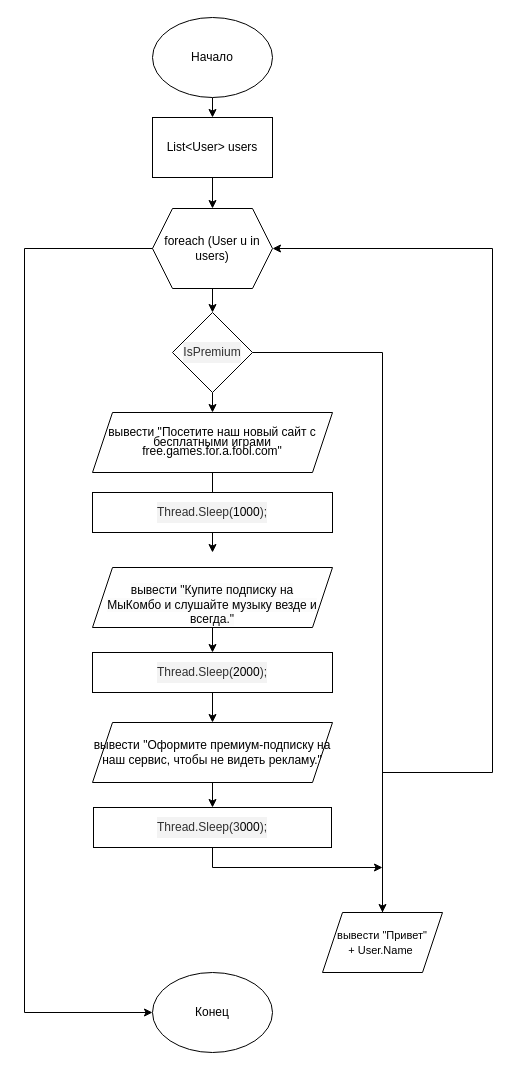
This is Задание 12.1.5.drawio from Krivinsky/skillfactoryTasks, a draw.io file, before an edit. Source tidied: cells renumbered, new cells numbered last; positions are measured from the earlier drawing's top-left corner, leaving out a move shared by most shapes. Both pictures are drawn from the tidied source at 100%, with x=0, y=0 at pixel (24, 17).
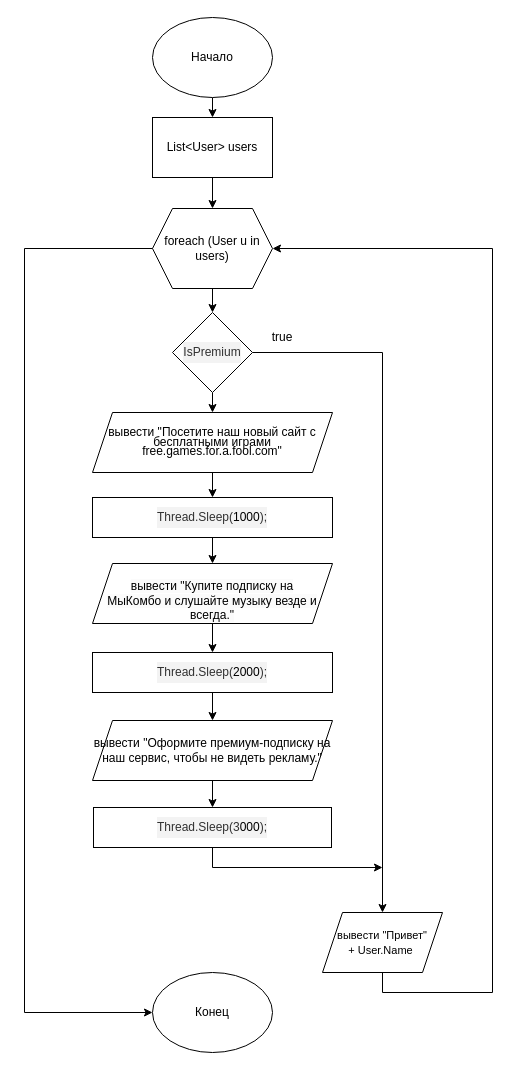
After the change.

Unchanged cells that the change refers to:
```xml
<mxCell id="10" value="&lt;p style=&quot;box-sizing: border-box; overflow-wrap: break-word; background: rgb(243, 243, 243); color: rgb(49, 49, 49); line-height: 100%; margin-top: 0px; margin-bottom: 0px; text-align: left;&quot;&gt;&lt;/p&gt;&lt;p style=&quot;line-height: 80%;&quot;&gt;вывести&amp;nbsp;&quot;Посетите наш новый сайт с бесплатными&amp;nbsp;&lt;span style=&quot;background-color: initial;&quot;&gt;играми free.games.for.a.fool.com&quot;&lt;/span&gt;&lt;/p&gt;&lt;p&gt;&lt;/p&gt;" style="shape=parallelogram;perimeter=parallelogramPerimeter;whiteSpace=wrap;html=1;fixedSize=1;" parent="1" vertex="1">
  <mxGeometry x="68" y="395" width="240" height="60" as="geometry" />
</mxCell>
<mxCell id="17" value="&lt;font style=&quot;font-size: 11px;&quot;&gt;вывести &quot;Привет&quot;&lt;br&gt;+&amp;nbsp;User.Name&amp;nbsp;&lt;/font&gt;" style="shape=parallelogram;perimeter=parallelogramPerimeter;whiteSpace=wrap;html=1;fixedSize=1;" parent="1" vertex="1">
  <mxGeometry x="298" y="895" width="120" height="60" as="geometry" />
</mxCell>
<mxCell id="20" value="foreach (User u in users)" style="shape=hexagon;perimeter=hexagonPerimeter2;whiteSpace=wrap;html=1;fixedSize=1;" parent="1" vertex="1">
  <mxGeometry x="128" y="191" width="120" height="80" as="geometry" />
</mxCell>
```

Change to the diagram source:
```diff
@@
-    <mxCell id="9" style="edgeStyle=orthogonalEdgeStyle;rounded=0;jettySize=auto;html=1;exitX=0.5;exitY=1;exitDx=0;exitDy=0;" parent="1" edge="1" source="10">
-      <mxGeometry relative="1" as="geometry">
-        <mxPoint x="188" y="535" as="targetPoint" />
-      </mxGeometry>
+    <mxCell id="9" style="edgeStyle=orthogonalEdgeStyle;rounded=0;jettySize=auto;html=1;exitX=0.5;exitY=1;exitDx=0;exitDy=0;entryX=0.5;entryY=0;entryDx=0;entryDy=0;" parent="1" edge="1" source="10" target="22">
+      <mxGeometry relative="1" as="geometry" />
     </mxCell>
@@
     <mxCell id="12" value="&lt;br&gt;&lt;span style=&quot;color: rgb(0, 0, 0); font-family: Helvetica; font-size: 12px; font-style: normal; font-variant-ligatures: normal; font-variant-caps: normal; font-weight: 400; letter-spacing: normal; orphans: 2; text-align: center; text-indent: 0px; text-transform: none; widows: 2; word-spacing: 0px; -webkit-text-stroke-width: 0px; background-color: rgb(251, 251, 251); text-decoration-thickness: initial; text-decoration-style: initial; text-decoration-color: initial; float: none; display: inline !important;&quot;&gt;вывести&amp;nbsp;&quot;Купите подписку на &lt;br&gt;МыКомбо и слушайте музыку везде и всегда.&quot;&lt;br&gt;&lt;/span&gt;" style="shape=parallelogram;perimeter=parallelogramPerimeter;whiteSpace=wrap;html=1;fixedSize=1;" parent="1" vertex="1">
-      <mxGeometry x="68" y="550" width="240" height="60" as="geometry" />
+      <mxGeometry x="68" y="546" width="240" height="60" as="geometry" />
     </mxCell>
@@
     <mxCell id="15" value="вывести&amp;nbsp;&quot;Оформите премиум-подписку на наш сервис, чтобы не видеть рекламу.&quot;" style="shape=parallelogram;perimeter=parallelogramPerimeter;whiteSpace=wrap;html=1;fixedSize=1;" parent="1" vertex="1">
-      <mxGeometry x="68" y="705" width="240" height="60" as="geometry" />
+      <mxGeometry x="68" y="703" width="240" height="60" as="geometry" />
     </mxCell>
-    <mxCell id="16" style="edgeStyle=orthogonalEdgeStyle;rounded=0;jettySize=auto;html=1;exitX=0.5;exitY=1;exitDx=0;exitDy=0;entryX=1;entryY=0.5;entryDx=0;entryDy=0;" parent="1" edge="1" source="17" target="20">
+    <mxCell id="16" style="edgeStyle=orthogonalEdgeStyle;rounded=0;jettySize=auto;html=1;entryX=1;entryY=0.5;entryDx=0;entryDy=0;exitX=0.5;exitY=1;exitDx=0;exitDy=0;" parent="1" edge="1" source="17" target="20">
       <mxGeometry relative="1" as="geometry">
         <Array as="points">
-          <mxPoint x="358" y="755" />
-          <mxPoint x="468" y="755" />
+          <mxPoint x="358" y="975" />
+          <mxPoint x="468" y="975" />
           <mxPoint x="468" y="231" />
         </Array>
       </mxGeometry>
     </mxCell>
@@
+    <mxCell id="26" style="edgeStyle=orthogonalEdgeStyle;rounded=0;jettySize=auto;html=1;exitX=0.5;exitY=1;exitDx=0;exitDy=0;entryX=0.5;entryY=0;entryDx=0;entryDy=0;" parent="1" edge="1" source="22" target="12">
+      <mxGeometry relative="1" as="geometry" />
+    </mxCell>
     <mxCell id="22" value="&lt;pre style=&quot;box-sizing: border-box; overflow-wrap: break-word; background: rgb(243, 243, 243); line-height: 20px; margin-top: 0px; margin-bottom: 0px; text-align: left;&quot; class=&quot;hljs language-scss&quot;&gt;&lt;font style=&quot;font-size: 12px;&quot; face=&quot;Helvetica&quot;&gt;&lt;font color=&quot;#313131&quot;&gt;Thread.Sleep(&lt;/font&gt;&lt;span style=&quot;box-sizing: border-box; font-style: inherit; font-variant: inherit; font-weight: inherit; font-stretch: inherit; font-size: inherit; line-height: 1.4em; font-optical-sizing: inherit; font-kerning: inherit; font-feature-settings: inherit; font-variation-settings: inherit;&quot; class=&quot;hljs-number&quot;&gt;1000&lt;/span&gt;&lt;font color=&quot;#313131&quot;&gt;);&lt;/font&gt;&lt;/font&gt;&lt;/pre&gt;" style="rounded=0;whiteSpace=wrap;html=1;" parent="1" vertex="1">
-      <mxGeometry x="68" y="475" width="240" height="40" as="geometry" />
+      <mxGeometry x="68" y="480" width="240" height="40" as="geometry" />
     </mxCell>
@@
+    <mxCell id="27" value="true" style="text;html=1;strokeColor=none;fillColor=none;align=center;verticalAlign=middle;whiteSpace=wrap;rounded=0;" parent="1" vertex="1">
+      <mxGeometry x="228" y="305" width="60" height="30" as="geometry" />
+    </mxCell>
```
